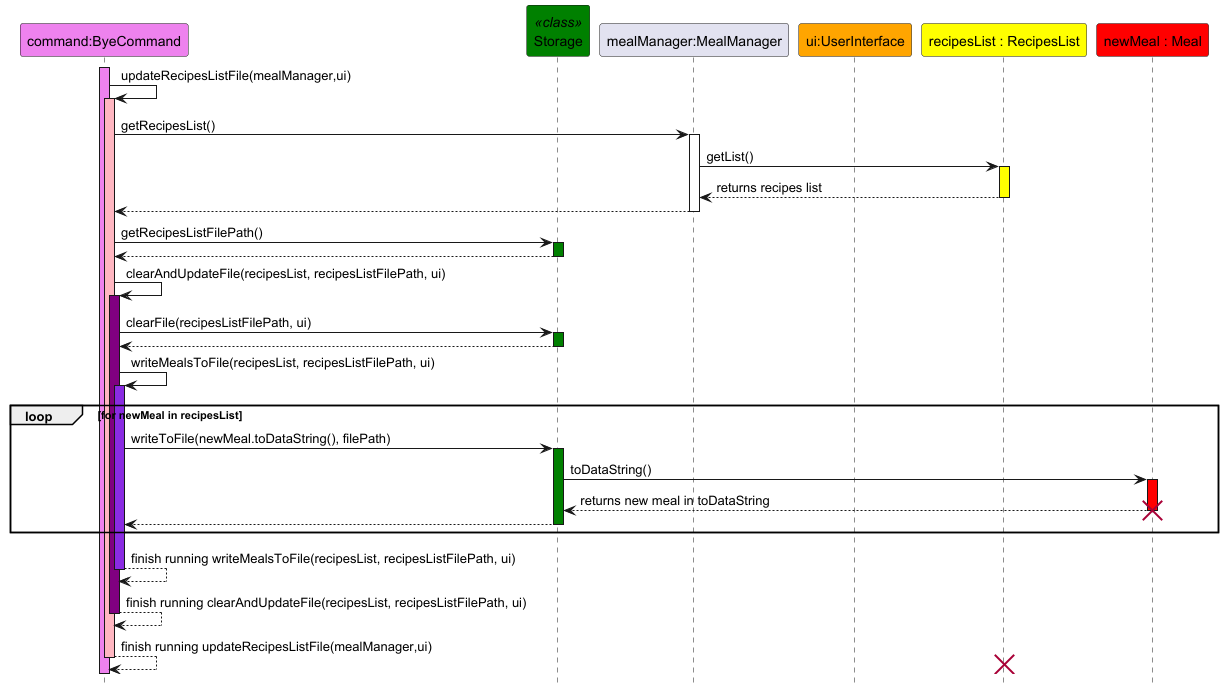
Above: docs/diagrams/UpdateRecipesListFile.png in wentuoc/tp (PlantUML), before the change. Its diagram source:
```plantuml
@startuml
hide footbox
skinparam sequenceReferenceBackgroundColor #f7807c

participant "command:ByeCommand" as ByeCommand #Violet
participant "Storage" as Storage <<class>> #Green
participant "mealManager:MealManager" as MealManager
participant "ui:UserInterface" as UserInterface #Orange
participant "recipesList : RecipesList" as RecipesList #Yellow
participant "newMeal : Meal" as Meal #Red

activate ByeCommand #Violet
ByeCommand -> ByeCommand : updateRecipesListFile(mealManager,ui)
activate ByeCommand #LightPink
ByeCommand -> MealManager : getRecipesList()
activate MealManager
MealManager -> RecipesList : getList()
activate RecipesList #Yellow
RecipesList --> MealManager : returns recipes list
deactivate RecipesList
MealManager --> ByeCommand
deactivate MealManager
ByeCommand -> Storage : getRecipesListFilePath()
activate Storage #Green
Storage --> ByeCommand
deactivate Storage
ByeCommand -> ByeCommand : clearAndUpdateFile(recipesList, recipesListFilePath, ui)
activate ByeCommand #Purple
ByeCommand -> Storage : clearFile(recipesListFilePath, ui)
activate Storage #Green
Storage --> ByeCommand
deactivate Storage
ByeCommand -> ByeCommand : writeMealsToFile(recipesList, recipesListFilePath, ui)
activate ByeCommand #BlueViolet
loop for newMeal in recipesList

ByeCommand -> Storage : writeToFile(newMeal.toDataString(), filePath)
activate Storage #Green
Storage -> Meal : toDataString()
activate Meal #Red
Meal --> Storage : returns new meal in toDataString
deactivate Meal
destroy Meal
Storage --> ByeCommand
deactivate Storage
end loop
ByeCommand --> ByeCommand : finish running writeMealsToFile(recipesList, recipesListFilePath, ui)
deactivate ByeCommand
ByeCommand --> ByeCommand : finish running clearAndUpdateFile(recipesList, recipesListFilePath, ui)
deactivate ByeCommand
ByeCommand --> ByeCommand : finish running updateRecipesListFile(mealManager,ui)
deactivate ByeCommand
destroy RecipesList
@enduml
```
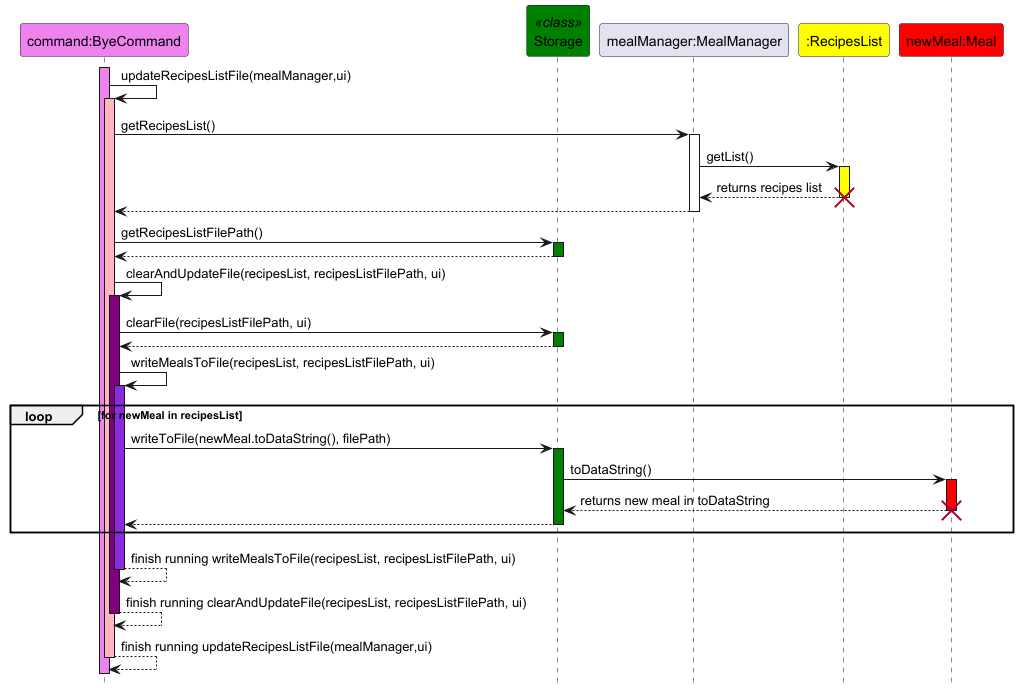
After the commit.

Commit message:
Update the sequence diagrams for ByeCommand

Diff of the diagram source:
```diff
@@ -5,9 +5,8 @@
 participant "command:ByeCommand" as ByeCommand #Violet
 participant "Storage" as Storage <<class>> #Green
 participant "mealManager:MealManager" as MealManager
-participant "ui:UserInterface" as UserInterface #Orange
-participant "recipesList : RecipesList" as RecipesList #Yellow
-participant "newMeal : Meal" as Meal #Red
+participant ":RecipesList" as RecipesList #Yellow
+participant "newMeal:Meal" as Meal #Red
 
 activate ByeCommand #Violet
 ByeCommand -> ByeCommand : updateRecipesListFile(mealManager,ui)
@@ -18,6 +17,7 @@
 activate RecipesList #Yellow
 RecipesList --> MealManager : returns recipes list
 deactivate RecipesList
+destroy RecipesList
 MealManager --> ByeCommand
 deactivate MealManager
 ByeCommand -> Storage : getRecipesListFilePath()
@@ -50,5 +50,4 @@
 deactivate ByeCommand
 ByeCommand --> ByeCommand : finish running updateRecipesListFile(mealManager,ui)
 deactivate ByeCommand
-destroy RecipesList
 @enduml
```
